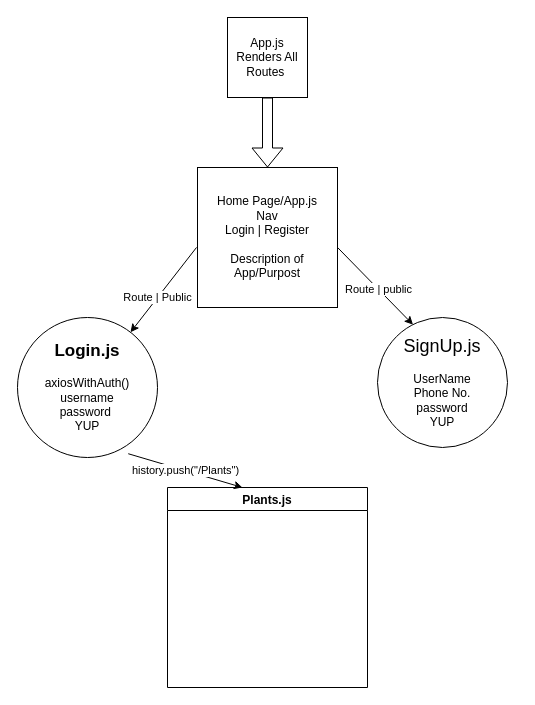
Above: chart.drawio in Build-Week-092021-Water-My-Plants/frontend (draw.io), before the change. Source tidied: cells renumbered, new cells numbered last; positions are measured from the earlier drawing's top-left corner, leaving out a move shared by most shapes. Both pictures are drawn from the tidied source at 100%, with x=0, y=0 at pixel (17, 17).
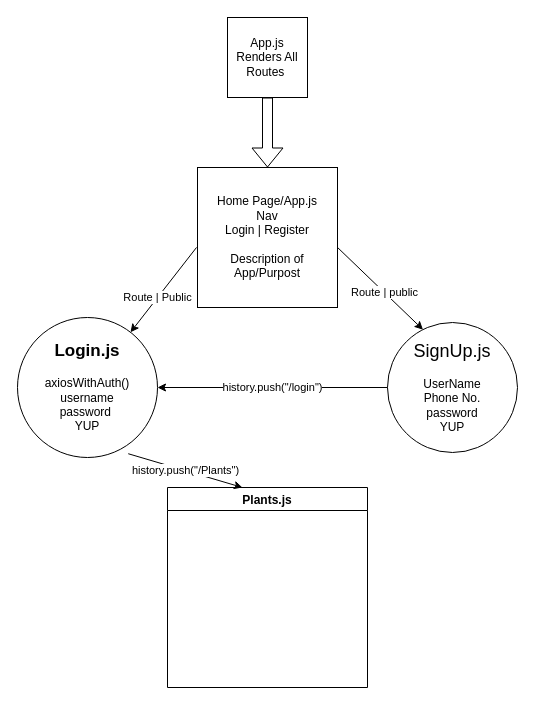
After the change.

Change to the diagram source:
```diff
@@
 <mxGraphModel>
   <root>
     <mxCell id="0" />
     <mxCell id="1" parent="0" />
     <mxCell id="2" value="Home Page/App.js&lt;br&gt;Nav&lt;br&gt;Login | Register&lt;br&gt;&lt;br&gt;Description of App/Purpost" style="whiteSpace=wrap;html=1;" parent="1" vertex="1">
       <mxGeometry x="180" y="150" width="140" height="140" as="geometry" />
     </mxCell>
     <mxCell id="3" value="&lt;font style=&quot;font-size: 18px&quot;&gt;SignUp.js&lt;/font&gt;&lt;br&gt;&lt;br&gt;UserName&lt;br&gt;Phone No.&lt;br&gt;password&lt;br&gt;YUP" style="ellipse;whiteSpace=wrap;html=1;" parent="1" vertex="1">
-      <mxGeometry x="360" y="300" width="130" height="130" as="geometry" />
+      <mxGeometry x="370" y="305" width="130" height="130" as="geometry" />
     </mxCell>
     <mxCell id="4" value="&lt;b&gt;&lt;font style=&quot;font-size: 17px&quot;&gt;Login.js&lt;/font&gt;&lt;/b&gt;&lt;br&gt;&lt;br&gt;axiosWithAuth()&lt;br&gt;username&lt;br&gt;password&amp;nbsp;&lt;br&gt;YUP&lt;br&gt;" style="ellipse;whiteSpace=wrap;html=1;" parent="1" vertex="1">
       <mxGeometry y="300" width="140" height="140" as="geometry" />
     </mxCell>
     <mxCell id="5" value="Route | Public" style="endArrow=classic;html=1;exitX=-0.007;exitY=0.571;exitDx=0;exitDy=0;exitPerimeter=0;" parent="1" edge="1" source="2" target="4">
       <mxGeometry x="0.18" relative="1" as="geometry" />
     </mxCell>
     <mxCell id="6" value="Route | public" style="endArrow=classic;html=1;entryX=0.273;entryY=0.055;entryDx=0;entryDy=0;entryPerimeter=0;exitX=1;exitY=0.571;exitDx=0;exitDy=0;exitPerimeter=0;" parent="1" edge="1" source="2" target="3">
       <mxGeometry x="0.09" relative="1" as="geometry" />
     </mxCell>
     <mxCell id="7" value="Plants.js" style="swimlane;" parent="1" vertex="1">
       <mxGeometry x="150" y="470" width="200" height="200" as="geometry" />
     </mxCell>
     <mxCell id="8" value="history.push(&quot;/Plants&quot;)" style="endArrow=classic;html=1;entryX=0.375;entryY=0;entryDx=0;entryDy=0;entryPerimeter=0;exitX=0.791;exitY=0.973;exitDx=0;exitDy=0;exitPerimeter=0;" parent="1" edge="1" source="4" target="7">
       <mxGeometry relative="1" as="geometry" />
     </mxCell>
     <mxCell id="9" value="App.js&lt;br&gt;Renders All Routes&amp;nbsp;" style="whiteSpace=wrap;html=1;" parent="1" vertex="1">
       <mxGeometry x="210" width="80" height="80" as="geometry" />
     </mxCell>
     <mxCell id="10" style="shape=flexArrow;endArrow=classic;html=1;entryX=0.5;entryY=0;entryDx=0;entryDy=0;exitX=0.5;exitY=1;exitDx=0;exitDy=0;" parent="1" edge="1" source="9" target="2">
       <mxGeometry relative="1" as="geometry" />
     </mxCell>
+    <mxCell id="11" value="history.push(&quot;/login&quot;)" style="endArrow=classic;html=1;exitX=0;exitY=0.5;exitDx=0;exitDy=0;entryX=1;entryY=0.5;entryDx=0;entryDy=0;" parent="1" edge="1" source="3" target="4">
+      <mxGeometry relative="1" as="geometry" />
+    </mxCell>
   </root>
 </mxGraphModel>
```
